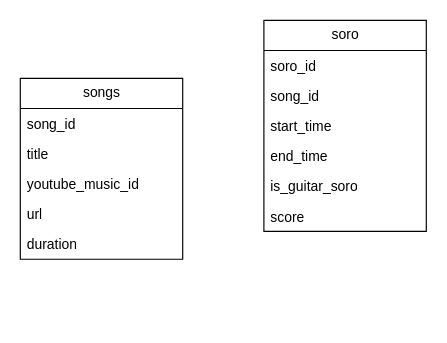
Before: er.drawio in sousukegit/music-analizer, a draw.io diagram. Source tidied: cells renumbered, new cells numbered last; positions are measured from the earlier drawing's top-left corner, leaving out a move shared by most shapes. Both pictures are drawn from the tidied source at 116%, with x=0, y=0 at pixel (20, 20).
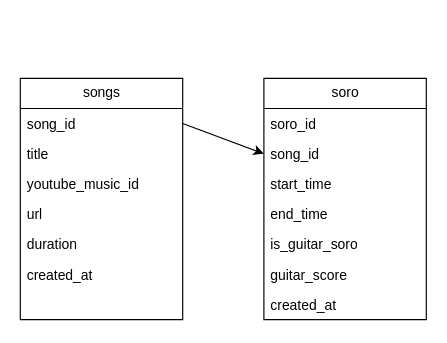
Above is the later version.

Commit message:
関係を→で記載

What changed in the source:
```diff
@@
 <mxGraphModel>
   <root>
     <mxCell id="0" />
     <mxCell id="1" parent="0" />
     <mxCell id="2" value="songs" style="swimlane;fontStyle=0;horizontal=1;startSize=26;fillColor=none;html=1;" parent="1" vertex="1">
-      <mxGeometry y="50" width="140" height="156" as="geometry" />
+      <mxGeometry y="50" width="140" height="208" as="geometry" />
     </mxCell>
     <mxCell id="3" value="song_id" style="text;strokeColor=none;fillColor=none;align=left;verticalAlign=top;spacingLeft=4;spacingRight=4;overflow=hidden;points=[[0,0.5],[1,0.5]];portConstraint=eastwest;whiteSpace=wrap;html=1;" parent="2" vertex="1">
       <mxGeometry y="26" width="140" height="26" as="geometry" />
     </mxCell>
     <mxCell id="4" value="title" style="text;strokeColor=none;fillColor=none;align=left;verticalAlign=top;spacingLeft=4;spacingRight=4;overflow=hidden;whiteSpace=wrap;html=1;" parent="2" vertex="1">
       <mxGeometry y="52" width="140" height="26" as="geometry" />
     </mxCell>
     <mxCell id="5" value="youtube_music_id" style="text;strokeColor=none;fillColor=none;align=left;verticalAlign=top;spacingLeft=4;spacingRight=4;overflow=hidden;whiteSpace=wrap;html=1;" parent="2" vertex="1">
       <mxGeometry y="78" width="140" height="26" as="geometry" />
     </mxCell>
     <mxCell id="6" value="url" style="text;strokeColor=none;fillColor=none;align=left;verticalAlign=top;spacingLeft=4;spacingRight=4;overflow=hidden;whiteSpace=wrap;html=1;" parent="2" vertex="1">
       <mxGeometry y="104" width="140" height="26" as="geometry" />
     </mxCell>
     <mxCell id="7" value="duration" style="text;strokeColor=none;fillColor=none;align=left;verticalAlign=top;spacingLeft=4;spacingRight=4;overflow=hidden;whiteSpace=wrap;html=1;" parent="2" vertex="1">
       <mxGeometry y="130" width="140" height="26" as="geometry" />
     </mxCell>
+    <mxCell id="15" value="created_at" style="text;strokeColor=none;fillColor=none;align=left;verticalAlign=top;spacingLeft=4;spacingRight=4;overflow=hidden;whiteSpace=wrap;html=1;" parent="2" vertex="1">
+      <mxGeometry y="156" width="140" height="26" as="geometry" />
+    </mxCell>
+    <mxCell id="16" style="text;strokeColor=none;fillColor=none;align=left;verticalAlign=top;spacingLeft=4;spacingRight=4;overflow=hidden;whiteSpace=wrap;html=1;" parent="2" vertex="1">
+      <mxGeometry y="182" width="140" height="26" as="geometry" />
+    </mxCell>
     <mxCell id="8" value="soro" style="swimlane;fontStyle=0;horizontal=1;startSize=26;fillColor=none;html=1;" parent="1" vertex="1">
-      <mxGeometry x="210" width="140" height="182" as="geometry" />
+      <mxGeometry x="210" y="50" width="140" height="208" as="geometry" />
     </mxCell>
     <mxCell id="9" value="soro_id" style="text;strokeColor=none;fillColor=none;align=left;verticalAlign=top;spacingLeft=4;spacingRight=4;overflow=hidden;whiteSpace=wrap;html=1;" parent="8" vertex="1">
       <mxGeometry y="26" width="140" height="26" as="geometry" />
     </mxCell>
     <mxCell id="10" value="song_id" style="text;strokeColor=none;fillColor=none;align=left;verticalAlign=top;spacingLeft=4;spacingRight=4;overflow=hidden;points=[[0,0.5],[1,0.5]];portConstraint=eastwest;whiteSpace=wrap;html=1;" parent="8" vertex="1">
       <mxGeometry y="52" width="140" height="26" as="geometry" />
     </mxCell>
     <mxCell id="11" value="start_time" style="text;strokeColor=none;fillColor=none;align=left;verticalAlign=top;spacingLeft=4;spacingRight=4;overflow=hidden;whiteSpace=wrap;html=1;" parent="8" vertex="1">
       <mxGeometry y="78" width="140" height="26" as="geometry" />
     </mxCell>
     <mxCell id="12" value="end_time" style="text;strokeColor=none;fillColor=none;align=left;verticalAlign=top;spacingLeft=4;spacingRight=4;overflow=hidden;whiteSpace=wrap;html=1;" parent="8" vertex="1">
       <mxGeometry y="104" width="140" height="26" as="geometry" />
     </mxCell>
     <mxCell id="13" value="is_guitar_soro" style="text;strokeColor=none;fillColor=none;align=left;verticalAlign=top;spacingLeft=4;spacingRight=4;overflow=hidden;whiteSpace=wrap;html=1;" parent="8" vertex="1">
       <mxGeometry y="130" width="140" height="26" as="geometry" />
     </mxCell>
-    <mxCell id="14" value="score" style="text;strokeColor=none;fillColor=none;align=left;verticalAlign=top;spacingLeft=4;spacingRight=4;overflow=hidden;whiteSpace=wrap;html=1;" parent="8" vertex="1">
+    <mxCell id="14" value="guitar_score" style="text;strokeColor=none;fillColor=none;align=left;verticalAlign=top;spacingLeft=4;spacingRight=4;overflow=hidden;whiteSpace=wrap;html=1;" parent="8" vertex="1">
       <mxGeometry y="156" width="140" height="26" as="geometry" />
     </mxCell>
+    <mxCell id="17" value="created_at" style="text;strokeColor=none;fillColor=none;align=left;verticalAlign=top;spacingLeft=4;spacingRight=4;overflow=hidden;whiteSpace=wrap;html=1;" parent="8" vertex="1">
+      <mxGeometry y="182" width="140" height="26" as="geometry" />
+    </mxCell>
+    <mxCell id="18" style="edgeStyle=none;html=1;exitX=1;exitY=0.5;exitDx=0;exitDy=0;entryX=0;entryY=0.5;entryDx=0;entryDy=0;" parent="1" edge="1" source="3" target="10">
+      <mxGeometry relative="1" as="geometry" />
+    </mxCell>
   </root>
 </mxGraphModel>
```
